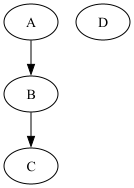
The Graphviz diagram input.png in btflahar/CSE-464-btflahar-graph, before a commit. Its source is kept beside it as input.dot. Source of this version:
```dot
digraph G {
  A -> B;
  B -> C;
  D;
}
```
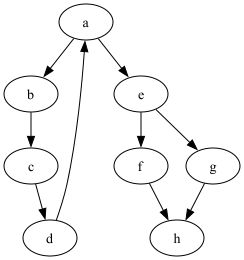
Above is the later version.

What changed in the source:
```diff
@@ -1,5 +1,19 @@
 digraph G {
-  A -> B;
-  B -> C;
-  D;
+  a;
+  b;
+  c;
+  d;
+  e;
+  f;
+  g;
+  h;
+  a -> b;
+  b -> c;
+  c -> d;
+  d -> a;
+  a -> e;
+  e -> f;
+  e -> g;
+  f -> h;
+  g -> h;
 }
```
